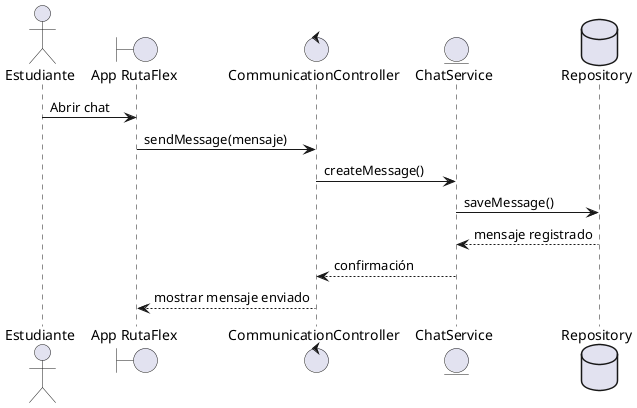
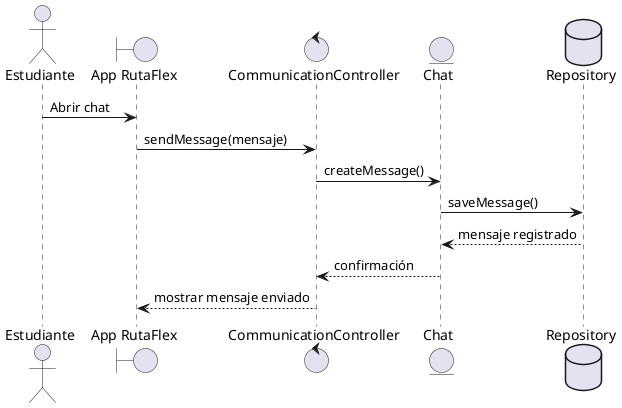
@startuml
actor "Estudiante" as Student
boundary "App RutaFlex" as App
control "CommunicationController" as CommC
- entity "ChatService" as ChatS
+ entity "Chat" as ChatS
database "Repository" as DB

Student -> App : Abrir chat
App -> CommC : sendMessage(mensaje)
CommC -> ChatS : createMessage()
ChatS -> DB : saveMessage()
DB --> ChatS : mensaje registrado
ChatS --> CommC : confirmación
CommC --> App : mostrar mensaje enviado

@enduml